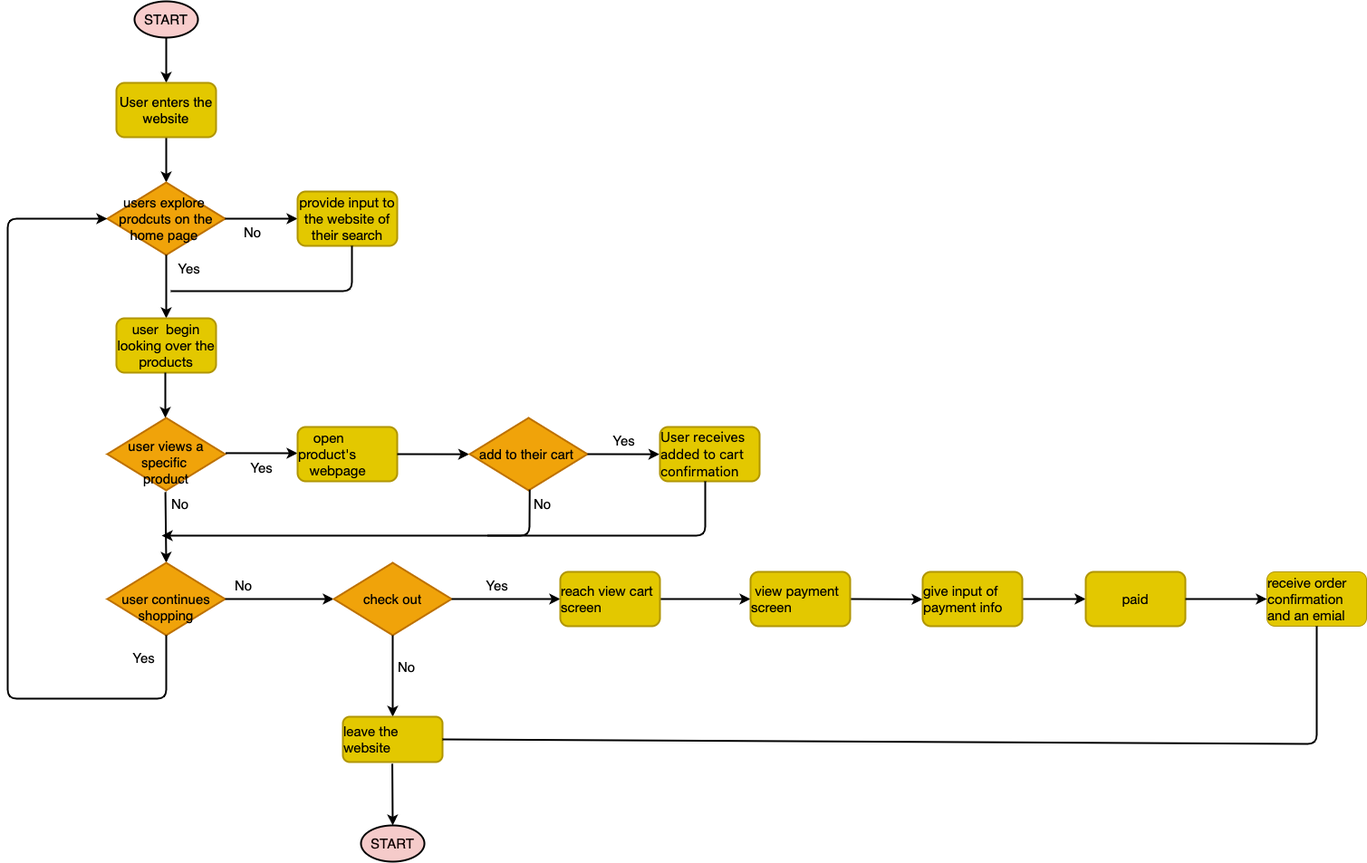
This is explore/diagramming/diagram.drawio.png from KristinShuyiHan/fa22-cse110-lab4, a draw.io export, as it was before one commit. Source tidied: cells renumbered, new cells last; positions are measured from the earlier drawing's top-left corner, leaving out a move shared by most shapes.
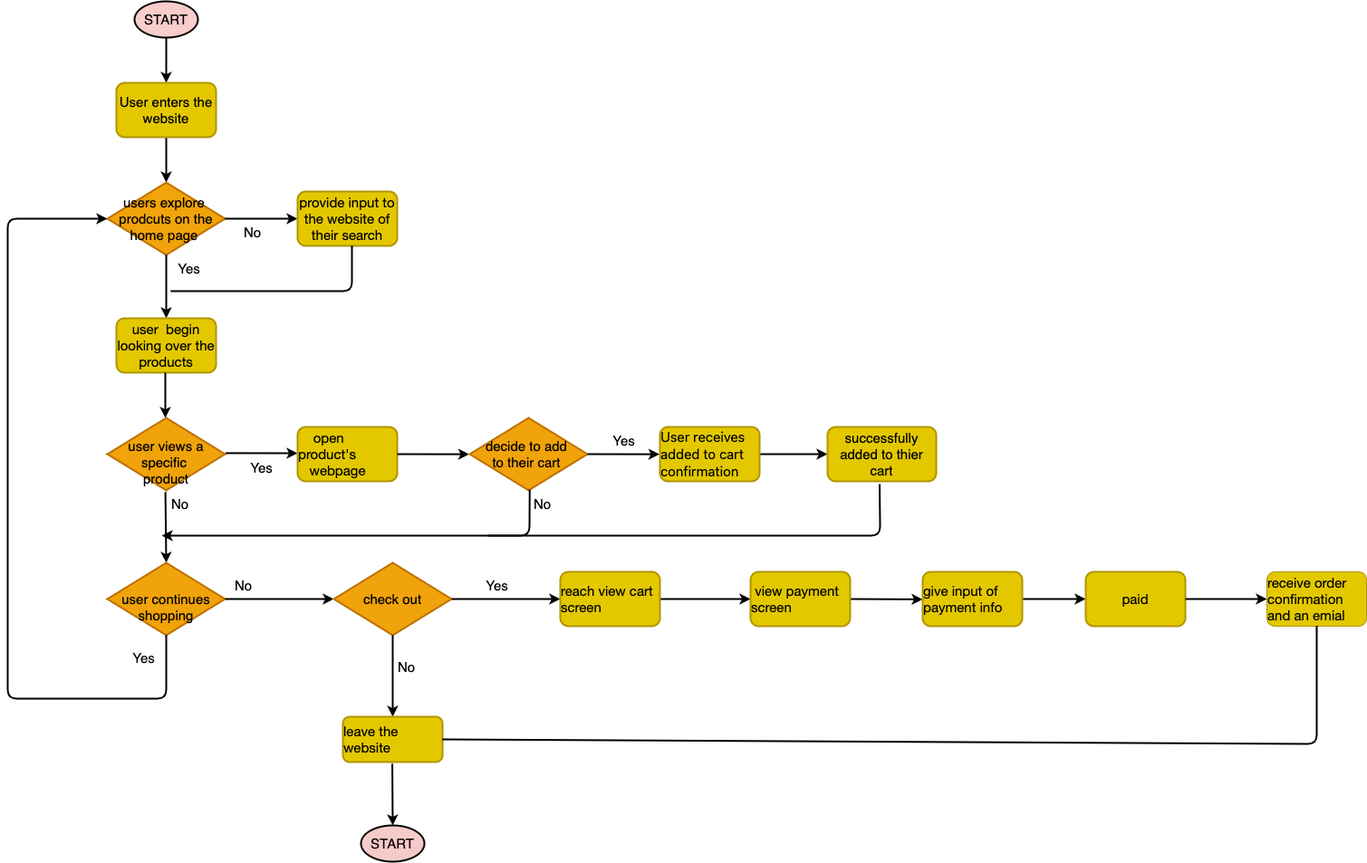
The same file after the commit.

The edit, as a diff of the source:
```diff
@@ -88,7 +88,7 @@
         <mxPoint x="509.5" y="500.1" as="targetPoint" />
       </mxGeometry>
     </mxCell>
-    <mxCell id="23" value="add to their cart&amp;nbsp;" style="rhombus;whiteSpace=wrap;html=1;fillColor=#f0a30a;fontColor=#000000;strokeColor=#BD7000;fontSize=15;strokeWidth=2;" parent="1" vertex="1">
+    <mxCell id="23" value="decide to add &lt;br&gt;to their cart&amp;nbsp;" style="rhombus;whiteSpace=wrap;html=1;fillColor=#f0a30a;fontColor=#000000;strokeColor=#BD7000;fontSize=15;strokeWidth=2;" parent="1" vertex="1">
       <mxGeometry x="510" y="460" width="130" height="80" as="geometry" />
     </mxCell>
     <mxCell id="24" style="endArrow=classic;html=1;fontSize=15;fontColor=#FFFFFF;exitX=1.004;exitY=0.486;exitDx=0;exitDy=0;exitPerimeter=0;strokeWidth=2;" parent="1" edge="1">
@@ -111,6 +111,9 @@
     <mxCell id="27" value="No" style="text;html=1;align=center;verticalAlign=middle;strokeColor=none;fillColor=none;fontSize=15;strokeWidth=2;" parent="1" vertex="1">
       <mxGeometry x="570" y="540" width="40" height="30" as="geometry" />
     </mxCell>
+    <mxCell id="52" style="edgeStyle=none;html=1;labelBorderColor=none;strokeWidth=2;fontSize=15;fontColor=#000000;" parent="1" edge="1" source="28" target="53">
+      <mxGeometry relative="1" as="geometry" />
+    </mxCell>
     <mxCell id="28" value="&lt;div style=&quot;text-align: left; font-size: 15px;&quot;&gt;&lt;span style=&quot;caret-color: rgb(55, 65, 81); font-family: Söhne, ui-sans-serif, system-ui, -apple-system, &amp;quot;Segoe UI&amp;quot;, Roboto, Ubuntu, Cantarell, &amp;quot;Noto Sans&amp;quot;, sans-serif, &amp;quot;Helvetica Neue&amp;quot;, Arial, &amp;quot;Apple Color Emoji&amp;quot;, &amp;quot;Segoe UI Emoji&amp;quot;, &amp;quot;Segoe UI Symbol&amp;quot;, &amp;quot;Noto Color Emoji&amp;quot;; text-size-adjust: auto; font-size: 15px;&quot;&gt;User receives added to cart confirmation&lt;/span&gt;&lt;br style=&quot;font-size: 15px;&quot;&gt;&lt;/div&gt;" style="rounded=1;whiteSpace=wrap;html=1;labelBackgroundColor=none;fillColor=#e3c800;strokeColor=#B09500;fontColor=#000000;fontSize=15;strokeWidth=2;" parent="1" vertex="1">
       <mxGeometry x="720" y="470" width="110" height="60" as="geometry" />
     </mxCell>
@@ -205,14 +208,16 @@
     <mxCell id="50" value="&lt;font color=&quot;#0e0101&quot; style=&quot;font-size: 15px;&quot;&gt;START&lt;/font&gt;" style="ellipse;whiteSpace=wrap;html=1;fillColor=#f5cbca;fontSize=15;strokeWidth=2;" parent="1" vertex="1">
       <mxGeometry x="390" y="910" width="70" height="40" as="geometry" />
     </mxCell>
-    <mxCell id="51" style="endArrow=none;html=1;fontSize=15;fontColor=#FFFFFF;strokeWidth=2;" parent="1" edge="1">
+    <mxCell id="51" style="endArrow=none;html=1;fontSize=15;fontColor=#FFFFFF;strokeWidth=2;entryX=0.48;entryY=1.052;entryDx=0;entryDy=0;entryPerimeter=0;" parent="1" edge="1" target="53">
       <mxGeometry relative="1" as="geometry">
         <mxPoint x="530" y="590" as="sourcePoint" />
-        <mxPoint x="770" y="530" as="targetPoint" />
         <Array as="points">
-          <mxPoint x="770" y="590" />
+          <mxPoint x="963" y="590" />
         </Array>
       </mxGeometry>
     </mxCell>
+    <mxCell id="53" value="successfully added to thier cart" style="whiteSpace=wrap;html=1;fontSize=15;fillColor=#e3c800;strokeColor=#B09500;fontColor=#000000;rounded=1;labelBackgroundColor=none;strokeWidth=2;" parent="1" vertex="1">
+      <mxGeometry x="905" y="470" width="120" height="60" as="geometry" />
+    </mxCell>
   </root>
 </mxGraphModel>
```
